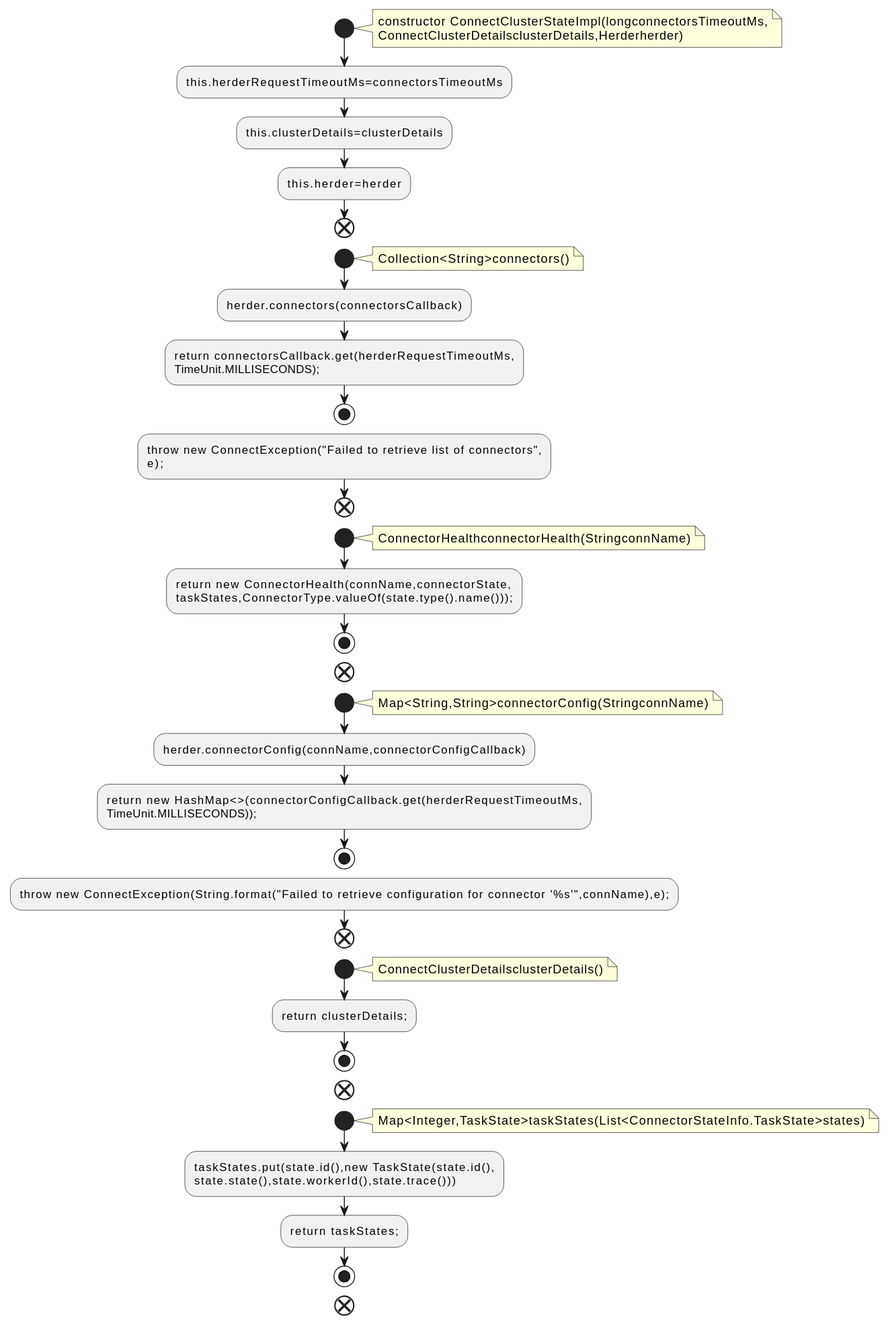
This is docs/qc/connect/runtime/src/main/java/org/apache/kafka/connect/runtime/health/ConnectClusterStateImpl.java.fct.svg from qualitesys/kafka, a PlantUML export, as it was before one commit.
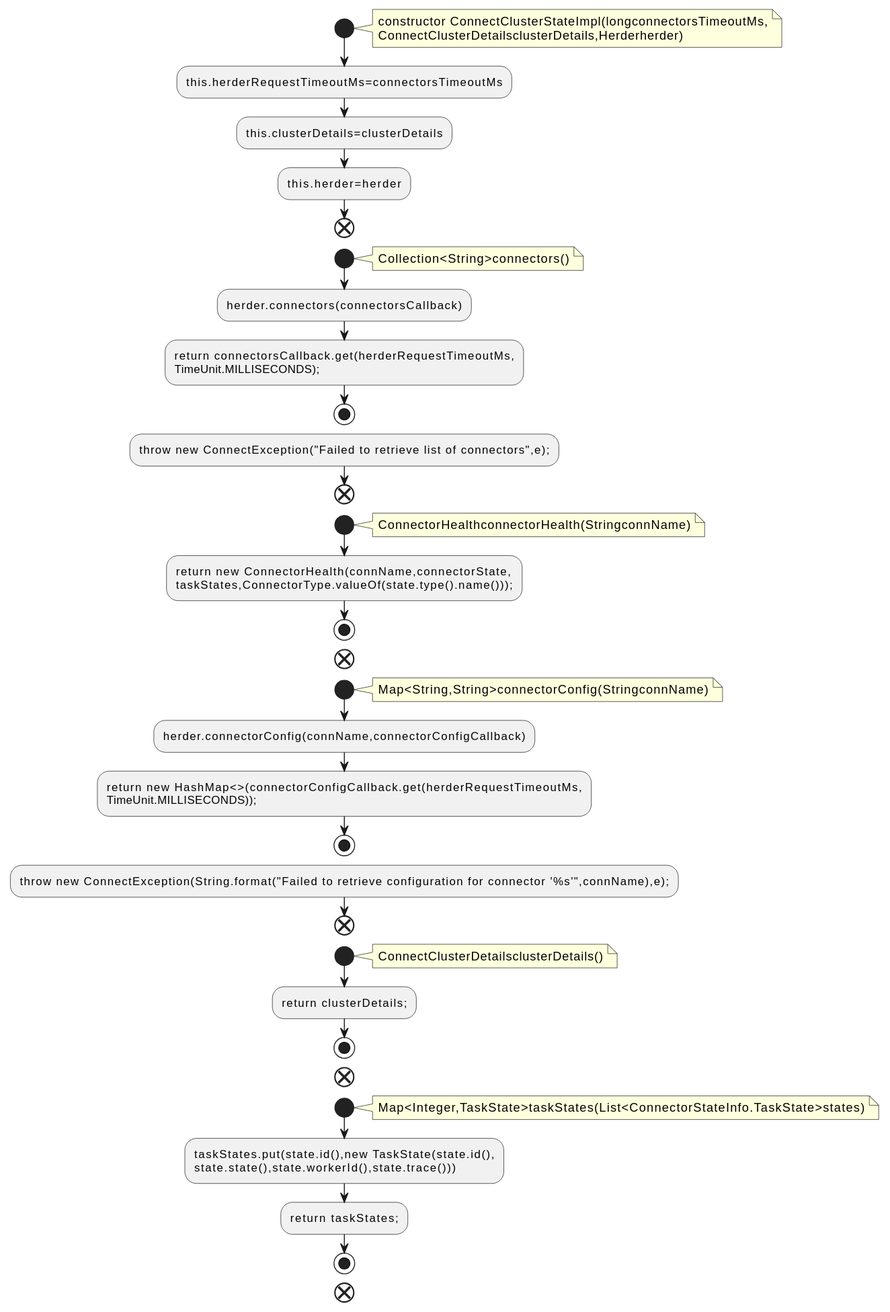
The same diagram one commit later.

Diff of the diagram source:
```diff
@@ -17,8 +17,7 @@
 :return connectorsCallback.get(herderRequestTimeoutMs,
 TimeUnit.MILLISECONDS);;
 stop
-:throw new ConnectException("Failed to retrieve list of connectors",
-e);;
+:throw new ConnectException("Failed to retrieve list of connectors",e);;
 end
 start
 note right
```
